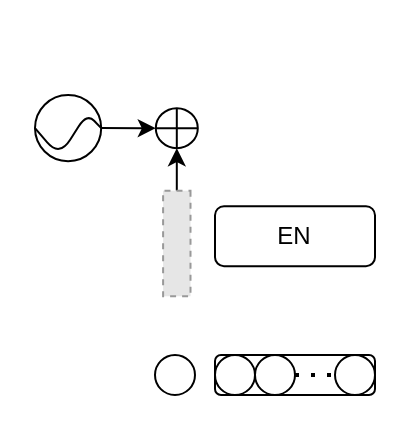
Earlier version of the draw.io diagram Untitled Diagram.drawio (jlinleung/Cheatsheets). Source tidied: cells renumbered, new cells numbered last; positions are measured from the earlier drawing's top-left corner, leaving out a move shared by most shapes. Both pictures are drawn from the tidied source at 200%, with x=0, y=0 at pixel (34, 94). Pictures stored in the file or linked from it are replaced by grey dashed boxes.
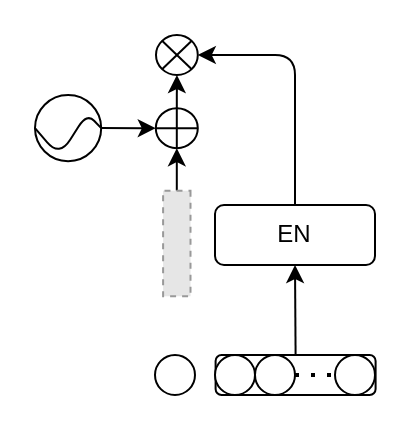
Above is the later version.

Unchanged cells that the change refers to:
```xml
<mxCell id="11" style="shape=orEllipse;perimeter=ellipsePerimeter;whiteSpace=wrap;html=1;backgroundOutline=1;" parent="1" vertex="1">
  <mxGeometry x="60.4" y="6.6" width="21" height="20" as="geometry" />
</mxCell>
```

Diff of the diagram source:
```diff
@@
     <mxCell id="2" style="rounded=1;whiteSpace=wrap;html=1;" parent="1" vertex="1">
-      <mxGeometry x="90" y="130" width="80" height="20" as="geometry" />
+      <mxGeometry x="90.3" y="130" width="80" height="20" as="geometry" />
     </mxCell>
@@
     <mxCell id="8" value="EN" style="rounded=1;whiteSpace=wrap;html=1;" parent="1" vertex="1">
-      <mxGeometry x="90" y="55.6" width="80" height="30" as="geometry" />
+      <mxGeometry x="90" y="55" width="80" height="30" as="geometry" />
     </mxCell>
@@
+    <mxCell id="16" style="shape=sumEllipse;perimeter=ellipsePerimeter;whiteSpace=wrap;html=1;backgroundOutline=1;strokeWidth=1;" parent="1" vertex="1">
+      <mxGeometry x="60.5" y="-30" width="20.9" height="20" as="geometry" />
+    </mxCell>
+    <mxCell id="17" style="endArrow=classic;html=1;exitX=0.5;exitY=0;exitDx=0;exitDy=0;entryX=0.5;entryY=1;entryDx=0;entryDy=0;" parent="1" edge="1" source="11" target="16">
+      <mxGeometry relative="1" as="geometry" />
+    </mxCell>
+    <mxCell id="18" style="endArrow=classic;html=1;exitX=0.5;exitY=0;exitDx=0;exitDy=0;entryX=1;entryY=0.5;entryDx=0;entryDy=0;" parent="1" edge="1" source="8" target="16">
+      <mxGeometry relative="1" as="geometry">
+        <Array as="points">
+          <mxPoint x="130" y="-20" />
+        </Array>
+      </mxGeometry>
+    </mxCell>
+    <mxCell id="19" style="endArrow=classic;html=1;exitX=0.5;exitY=0;exitDx=0;exitDy=0;entryX=0.5;entryY=1;entryDx=0;entryDy=0;" parent="1" edge="1" source="2" target="8">
+      <mxGeometry relative="1" as="geometry" />
+    </mxCell>
```
